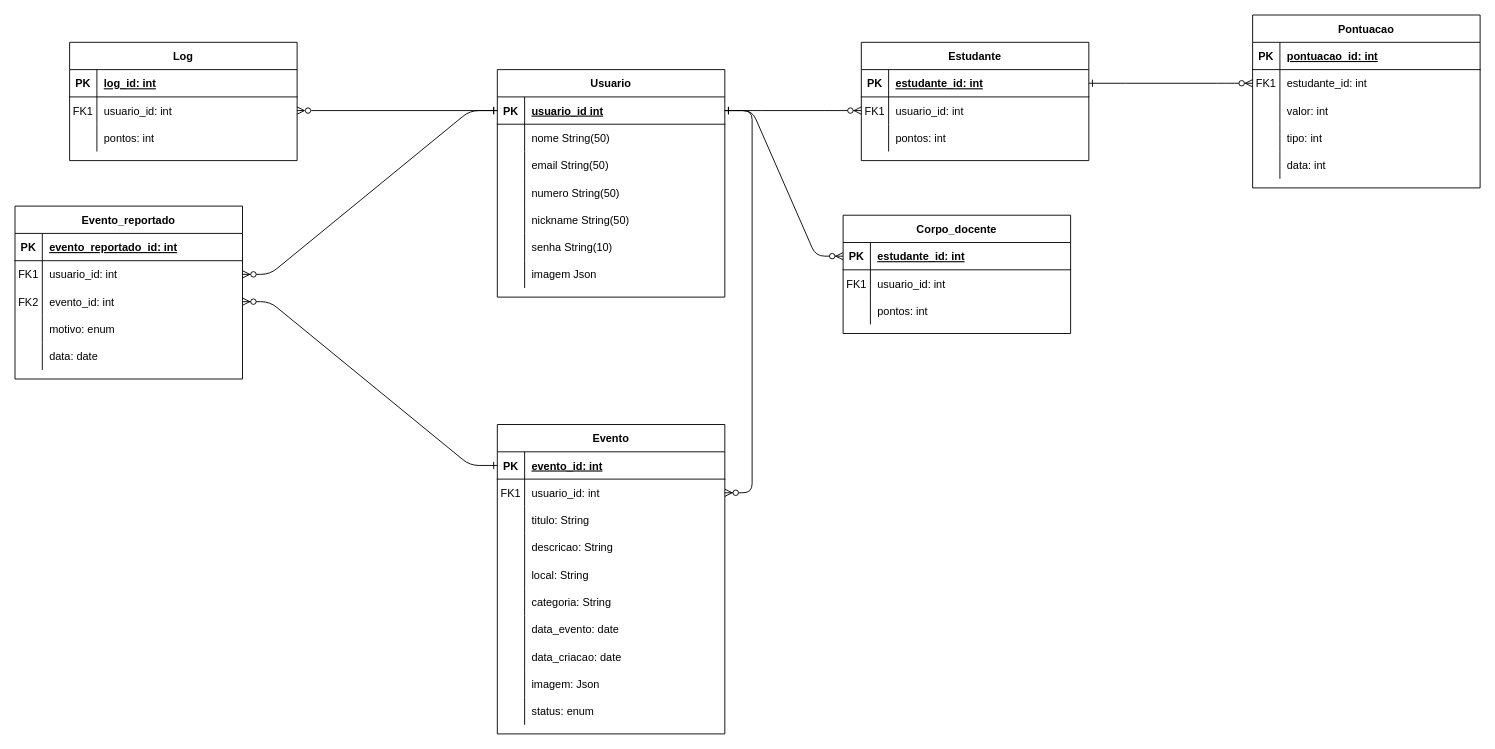
Before: Draw.io/diagrama_entidade_relacionamento_ES.drawio in Organization-Meets/Meets_Docs, a draw.io diagram. Source tidied: cells renumbered, new cells numbered last; positions are measured from the earlier drawing's top-left corner, leaving out a move shared by most shapes. Both pictures are drawn from the tidied source at 91%, with x=0, y=0 at pixel (15, 15).
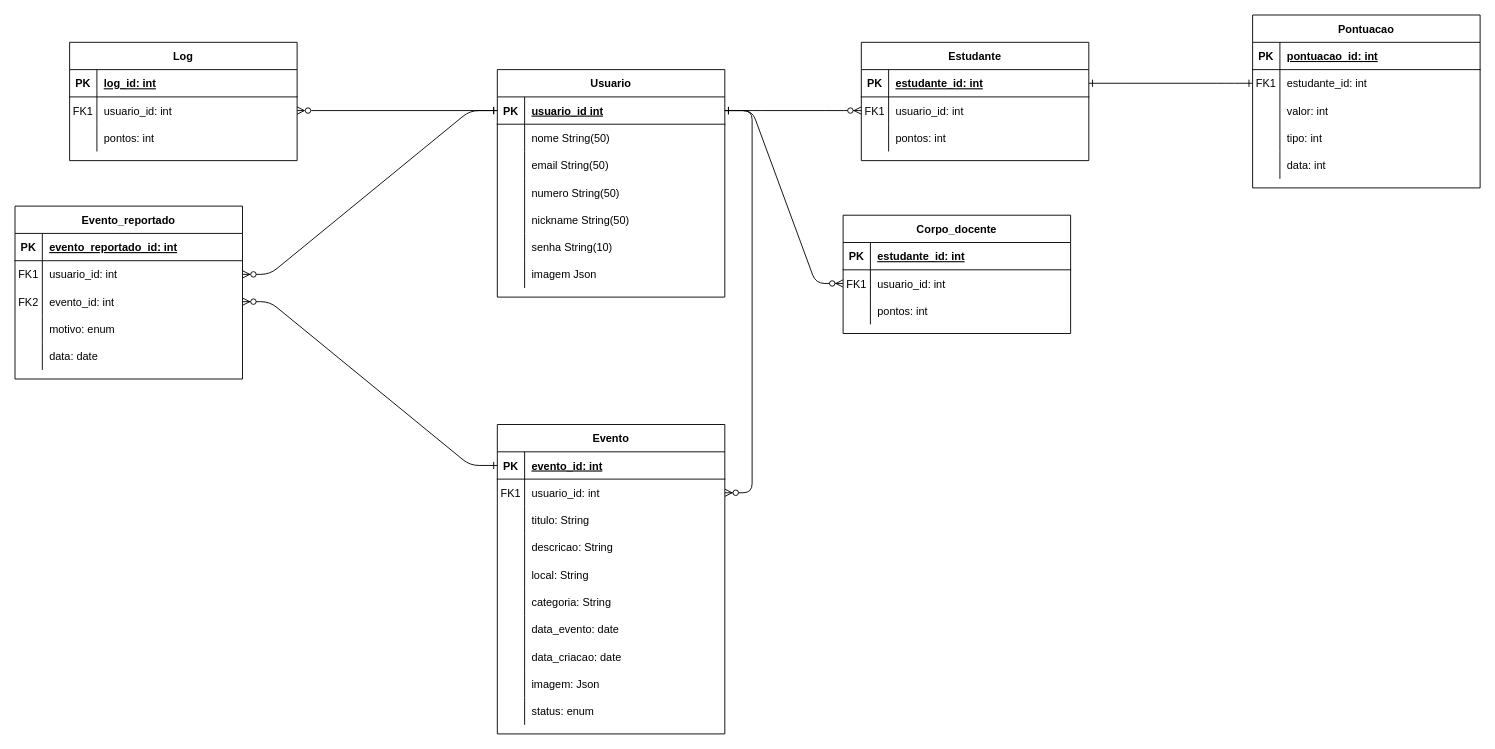
Above is the later version.

The change refers to these unchanged cells:
```xml
<mxCell id="5" style="shape=partialRectangle;fillColor=none;points=[[0,0.5],[1,0.5]];portConstraint=eastwest;top=0;left=0;right=0;bottom=1;" parent="4" vertex="1">
  <mxGeometry y="30" width="250" height="30" as="geometry" />
</mxCell>
<mxCell id="18" style="shape=partialRectangle;fillColor=none;points=[[0,0.5],[1,0.5]];portConstraint=eastwest;top=0;left=0;right=0;bottom=0;" parent="14" vertex="1">
  <mxGeometry y="60" width="250" height="30" as="geometry" />
</mxCell>
<mxCell id="31" style="shape=partialRectangle;fillColor=none;points=[[0,0.5],[1,0.5]];portConstraint=eastwest;top=0;left=0;right=0;bottom=1;" parent="30" vertex="1">
  <mxGeometry y="30" width="250" height="30" as="geometry" />
</mxCell>
<mxCell id="64" style="shape=partialRectangle;fillColor=none;points=[[0,0.5],[1,0.5]];portConstraint=eastwest;top=0;left=0;right=0;bottom=1;" parent="63" vertex="1">
  <mxGeometry y="30" width="250" height="30" as="geometry" />
</mxCell>
<mxCell id="67" style="shape=partialRectangle;fillColor=none;points=[[0,0.5],[1,0.5]];portConstraint=eastwest;top=0;left=0;right=0;bottom=0;" parent="63" vertex="1">
  <mxGeometry y="60" width="250" height="30" as="geometry" />
</mxCell>
```

Change to the diagram source:
```diff
@@
-    <mxCell id="3" style="edgeStyle=entityRelationEdgeStyle;endArrow=ERzeroToMany;startArrow=ERone;endFill=1;startFill=0;" parent="1" edge="1" source="5" target="18">
+    <mxCell id="3" style="edgeStyle=entityRelationEdgeStyle;endArrow=ERone;startArrow=ERone;endFill=0;startFill=0;" parent="1" edge="1" source="5" target="18">
       <mxGeometry relative="1" as="geometry" />
     </mxCell>
@@
-    <mxCell id="73" style="edgeStyle=entityRelationEdgeStyle;endArrow=ERzeroToMany;startArrow=ERone;endFill=1;startFill=0;entryX=0;entryY=0.5;entryDx=0;entryDy=0;" parent="1" edge="1" source="31" target="64">
+    <mxCell id="73" style="edgeStyle=entityRelationEdgeStyle;endArrow=ERzeroToMany;startArrow=ERone;endFill=1;startFill=0;entryX=0;entryY=0.5;entryDx=0;entryDy=0;" parent="1" edge="1" source="31" target="67">
       <mxGeometry relative="1" as="geometry" />
     </mxCell>
```
